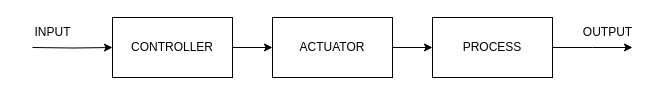
Mistersuketto/tugas_akhir keeps this draw.io diagram as kti/sistem_kendali.drawio. Above is the earlier version. Source tidied: cells renumbered, new cells numbered last; positions are measured from the earlier drawing's top-left corner, leaving out a move shared by most shapes. Both pictures are drawn from the tidied source at 100%, with x=0, y=0 at pixel (22, 17).
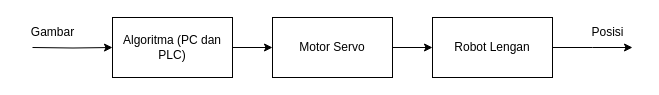
The same page after the edit.

Change to the diagram source:
```diff
@@
 <mxGraphModel>
   <root>
     <mxCell id="0" />
     <mxCell id="1" parent="0" />
     <mxCell id="2" style="edgeStyle=orthogonalEdgeStyle;rounded=0;jettySize=auto;html=1;" parent="1" edge="1" target="4">
       <mxGeometry relative="1" as="geometry">
         <mxPoint x="10" y="30" as="sourcePoint" />
       </mxGeometry>
     </mxCell>
     <mxCell id="3" style="edgeStyle=orthogonalEdgeStyle;rounded=0;jettySize=auto;html=1;" parent="1" edge="1" source="4" target="6">
       <mxGeometry relative="1" as="geometry" />
     </mxCell>
-    <mxCell id="4" value="CONTROLLER" style="rounded=0;whiteSpace=wrap;html=1;" parent="1" vertex="1">
+    <mxCell id="4" value="Algoritma (PC dan PLC)" style="rounded=0;whiteSpace=wrap;html=1;" parent="1" vertex="1">
       <mxGeometry x="90" width="120" height="60" as="geometry" />
     </mxCell>
     <mxCell id="5" style="edgeStyle=orthogonalEdgeStyle;rounded=0;jettySize=auto;html=1;" parent="1" edge="1" source="6" target="8">
       <mxGeometry relative="1" as="geometry" />
     </mxCell>
-    <mxCell id="6" value="ACTUATOR" style="rounded=0;whiteSpace=wrap;html=1;" parent="1" vertex="1">
+    <mxCell id="6" value="Motor Servo" style="rounded=0;whiteSpace=wrap;html=1;" parent="1" vertex="1">
       <mxGeometry x="250" width="120" height="60" as="geometry" />
     </mxCell>
     <mxCell id="7" style="edgeStyle=orthogonalEdgeStyle;rounded=0;jettySize=auto;html=1;" parent="1" edge="1" source="8">
       <mxGeometry relative="1" as="geometry">
         <mxPoint x="610" y="30" as="targetPoint" />
       </mxGeometry>
     </mxCell>
-    <mxCell id="8" value="PROCESS" style="rounded=0;whiteSpace=wrap;html=1;" parent="1" vertex="1">
+    <mxCell id="8" value="Robot Lengan" style="rounded=0;whiteSpace=wrap;html=1;" parent="1" vertex="1">
       <mxGeometry x="410" width="120" height="60" as="geometry" />
     </mxCell>
-    <mxCell id="9" value="INPUT" style="text;html=1;align=center;verticalAlign=middle;strokeColor=none;fillColor=none;" parent="1" vertex="1">
-      <mxGeometry width="60" height="30" as="geometry" />
+    <mxCell id="9" value="Gambar" style="text;html=1;align=center;verticalAlign=middle;strokeColor=none;fillColor=none;" parent="1" vertex="1">
+      <mxGeometry x="-5" width="70" height="30" as="geometry" />
     </mxCell>
-    <mxCell id="10" value="OUTPUT" style="text;html=1;align=center;verticalAlign=middle;strokeColor=none;fillColor=none;" parent="1" vertex="1">
-      <mxGeometry x="550" width="70" height="30" as="geometry" />
+    <mxCell id="10" value="Posisi" style="text;html=1;align=center;verticalAlign=middle;strokeColor=none;fillColor=none;" parent="1" vertex="1">
+      <mxGeometry x="555" width="60" height="30" as="geometry" />
     </mxCell>
   </root>
 </mxGraphModel>
```
